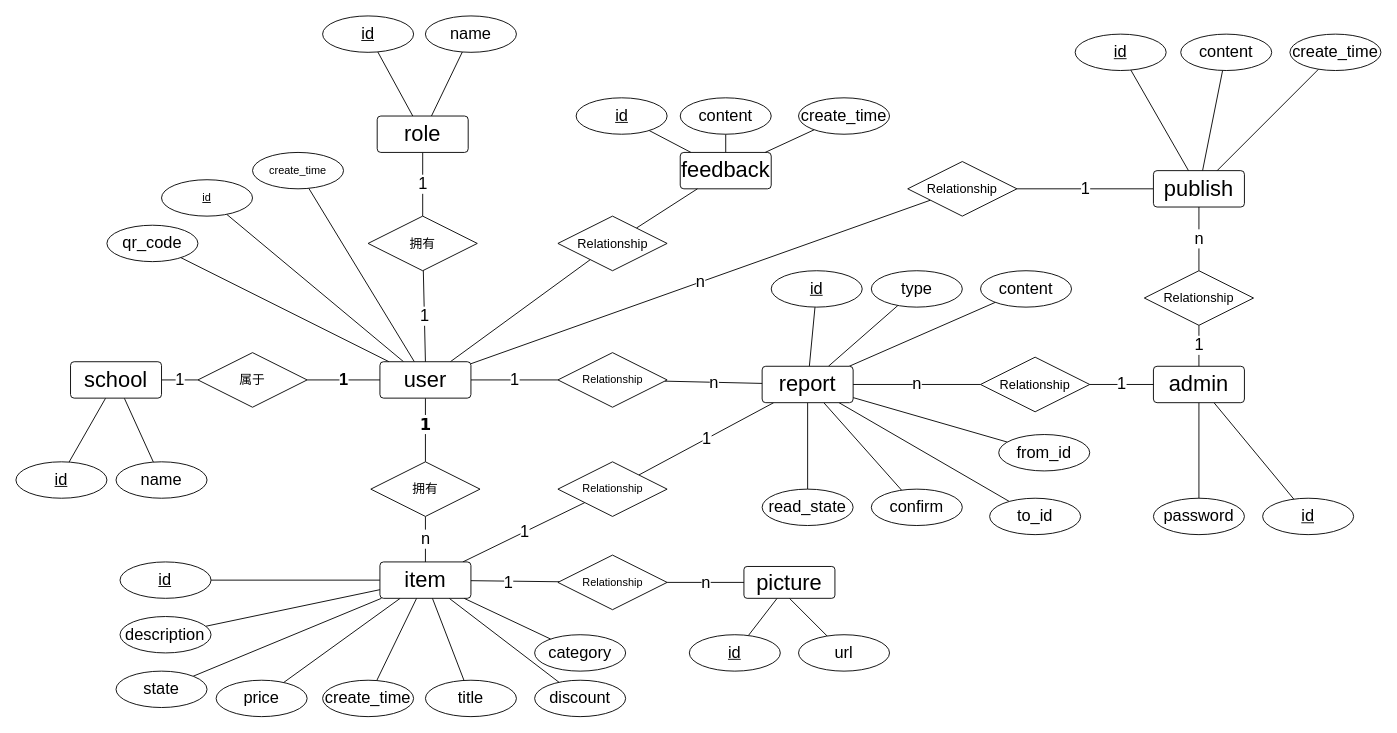
Before: secondHand/未命名绘图.drawio in xy-hong/drawDiagram, a draw.io diagram. Source tidied: cells renumbered, new cells numbered last; positions are measured from the earlier drawing's top-left corner, leaving out a move shared by most shapes. Both pictures are drawn from the tidied source at 91%, with x=0, y=0 at pixel (15, 15).
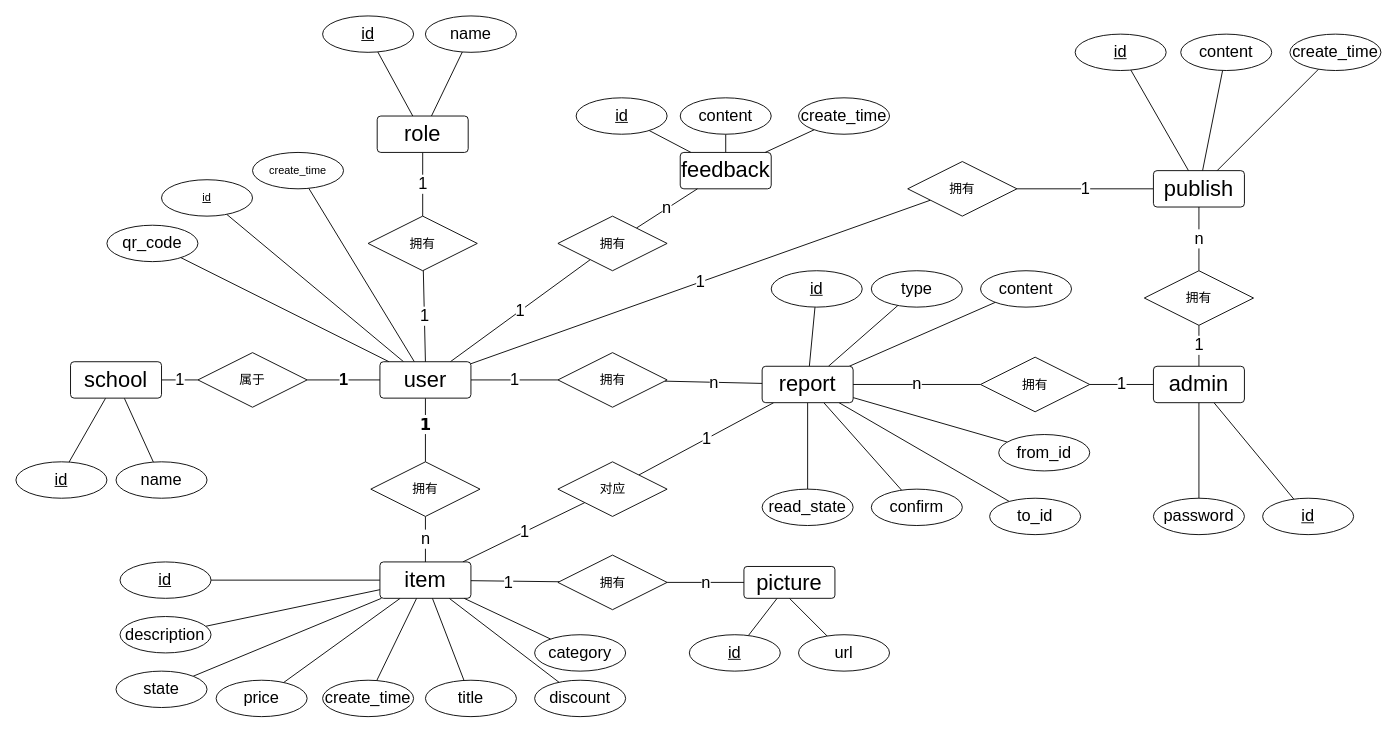
Above is the later version.

Commit message (it also covers changes not shown here):
Update 未命名绘图.drawio

The change refers to these unchanged cells:
```xml
<mxCell id="9" value="&lt;font style=&quot;font-size: 24px&quot;&gt;user&lt;/font&gt;" style="rounded=1;arcSize=10;whiteSpace=wrap;html=1;align=center;" parent="1" vertex="1">
  <mxGeometry x="400" y="380" width="100" height="40" as="geometry" />
</mxCell>
<mxCell id="32" value="&lt;font style=&quot;font-size: 24px&quot;&gt;feedback&lt;/font&gt;" style="rounded=1;arcSize=10;whiteSpace=wrap;html=1;align=center;" parent="1" vertex="1">
  <mxGeometry x="730" y="150" width="100" height="40" as="geometry" />
</mxCell>
```

Change to the diagram source:
```diff
@@
-    <mxCell id="8" style="edgeStyle=none;rounded=0;jettySize=auto;html=1;endArrow=none;endFill=0;" parent="1" edge="1" source="9" target="101">
+    <mxCell id="8" value="&lt;font style=&quot;font-size: 18px&quot;&gt;1&lt;/font&gt;" style="edgeStyle=none;rounded=0;jettySize=auto;html=1;endArrow=none;endFill=0;" parent="1" edge="1" source="9" target="101">
       <mxGeometry relative="1" as="geometry" />
     </mxCell>
@@
-    <mxCell id="92" value="Relationship" style="shape=rhombus;perimeter=rhombusPerimeter;whiteSpace=wrap;html=1;align=center;" parent="1" vertex="1">
+    <mxCell id="92" value="&lt;font style=&quot;font-size: 14px&quot;&gt;拥有&lt;/font&gt;" style="shape=rhombus;perimeter=rhombusPerimeter;whiteSpace=wrap;html=1;align=center;" parent="1" vertex="1">
       <mxGeometry x="595.6" y="592.5" width="120" height="60" as="geometry" />
     </mxCell>
@@
-    <mxCell id="95" value="Relationship" style="shape=rhombus;perimeter=rhombusPerimeter;whiteSpace=wrap;html=1;align=center;" parent="1" vertex="1">
+    <mxCell id="95" value="&lt;font style=&quot;font-size: 14px&quot;&gt;对应&lt;/font&gt;" style="shape=rhombus;perimeter=rhombusPerimeter;whiteSpace=wrap;html=1;align=center;" parent="1" vertex="1">
       <mxGeometry x="595.6" y="490" width="120" height="60" as="geometry" />
     </mxCell>
@@
-    <mxCell id="97" value="Relationship" style="shape=rhombus;perimeter=rhombusPerimeter;whiteSpace=wrap;html=1;align=center;" parent="1" vertex="1">
+    <mxCell id="97" value="&lt;font style=&quot;font-size: 14px&quot;&gt;拥有&lt;/font&gt;" style="shape=rhombus;perimeter=rhombusPerimeter;whiteSpace=wrap;html=1;align=center;" parent="1" vertex="1">
       <mxGeometry x="595.6" y="370" width="120" height="60" as="geometry" />
     </mxCell>
@@
-    <mxCell id="99" value="&lt;font style=&quot;font-size: 14px&quot;&gt;Relationship&lt;/font&gt;" style="shape=rhombus;perimeter=rhombusPerimeter;whiteSpace=wrap;html=1;align=center;" parent="1" vertex="1">
+    <mxCell id="99" value="&lt;font style=&quot;font-size: 14px&quot;&gt;拥有&lt;/font&gt;" style="shape=rhombus;perimeter=rhombusPerimeter;whiteSpace=wrap;html=1;align=center;" parent="1" vertex="1">
       <mxGeometry x="1240" y="280" width="120" height="60" as="geometry" />
     </mxCell>
-    <mxCell id="100" style="edgeStyle=none;rounded=0;jettySize=auto;html=1;endArrow=none;endFill=0;" parent="1" edge="1" source="101" target="32">
+    <mxCell id="100" value="&lt;font style=&quot;font-size: 18px&quot;&gt;n&lt;/font&gt;" style="edgeStyle=none;rounded=0;jettySize=auto;html=1;endArrow=none;endFill=0;" parent="1" edge="1" source="101" target="32">
       <mxGeometry relative="1" as="geometry" />
     </mxCell>
-    <mxCell id="101" value="&lt;font style=&quot;font-size: 14px&quot;&gt;Relationship&lt;/font&gt;" style="shape=rhombus;perimeter=rhombusPerimeter;whiteSpace=wrap;html=1;align=center;" parent="1" vertex="1">
+    <mxCell id="101" value="&lt;span style=&quot;font-size: 14px&quot;&gt;拥有&lt;/span&gt;" style="shape=rhombus;perimeter=rhombusPerimeter;whiteSpace=wrap;html=1;align=center;" parent="1" vertex="1">
       <mxGeometry x="595.6" y="220" width="120" height="60" as="geometry" />
     </mxCell>
@@
-    <mxCell id="104" value="&lt;font style=&quot;font-size: 14px&quot;&gt;Relationship&lt;/font&gt;" style="shape=rhombus;perimeter=rhombusPerimeter;whiteSpace=wrap;html=1;align=center;" parent="1" vertex="1">
+    <mxCell id="104" value="&lt;font style=&quot;font-size: 14px&quot;&gt;拥有&lt;/font&gt;" style="shape=rhombus;perimeter=rhombusPerimeter;whiteSpace=wrap;html=1;align=center;" parent="1" vertex="1">
       <mxGeometry x="1060" y="375" width="120" height="60" as="geometry" />
     </mxCell>
-    <mxCell id="105" value="&lt;font style=&quot;font-size: 18px&quot;&gt;n&lt;/font&gt;" style="edgeStyle=none;rounded=0;jettySize=auto;html=1;endArrow=none;endFill=0;" parent="1" edge="1" source="106" target="9">
+    <mxCell id="105" value="&lt;font style=&quot;font-size: 18px&quot;&gt;1&lt;/font&gt;" style="edgeStyle=none;rounded=0;jettySize=auto;html=1;endArrow=none;endFill=0;" parent="1" edge="1" source="106" target="9">
       <mxGeometry relative="1" as="geometry" />
     </mxCell>
-    <mxCell id="106" value="&lt;font style=&quot;font-size: 14px&quot;&gt;Relationship&lt;/font&gt;" style="shape=rhombus;perimeter=rhombusPerimeter;whiteSpace=wrap;html=1;align=center;" parent="1" vertex="1">
+    <mxCell id="106" value="&lt;font style=&quot;font-size: 14px&quot;&gt;拥有&lt;/font&gt;" style="shape=rhombus;perimeter=rhombusPerimeter;whiteSpace=wrap;html=1;align=center;" parent="1" vertex="1">
       <mxGeometry x="980" y="160" width="120" height="60" as="geometry" />
     </mxCell>
```
